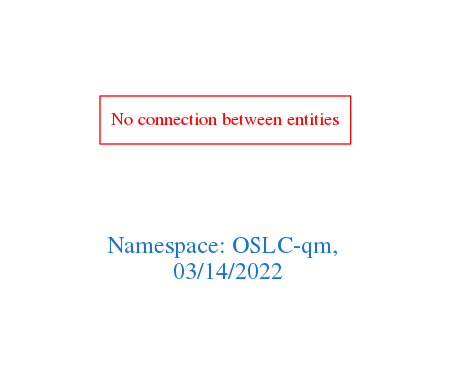
Above: downloads/OSLC-qm.png in arago/OGIT (Graphviz), before the change. Its source is kept beside it as downloads/OSLC-qm.dot. The source it was exported from:
```dot
digraph OGIT_ontology {
 graph [ rankdir= LR,pad=1
fontsize = 18,
fontcolor= dodgerblue3,label = "\n\n\nNamespace: OSLC-qm, \n 03/14/2022"];
node[shape=polygon];
edge [  color="gray81"];

"No connection between entities" [fontcolor = "red",color="red", shape="polygon"]
}
```
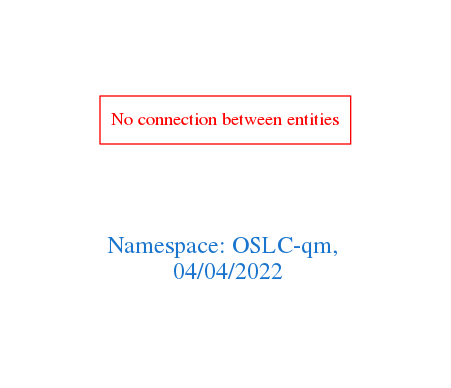
The same file after the commit.

Change to the diagram source:
```diff
@@ -1,7 +1,7 @@
 digraph OGIT_ontology {
  graph [ rankdir= LR,pad=1
 fontsize = 18,
-fontcolor= dodgerblue3,label = "\n\n\nNamespace: OSLC-qm, \n 03/14/2022"];
+fontcolor= dodgerblue3,label = "\n\n\nNamespace: OSLC-qm, \n 04/04/2022"];
 node[shape=polygon];
 edge [  color="gray81"];
 
```
